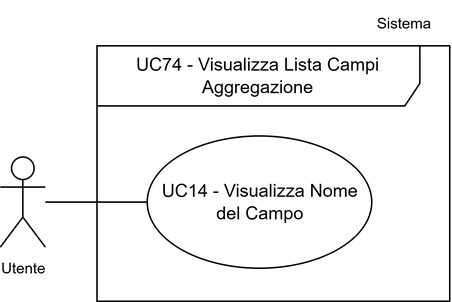
This is assets/uml/UC74INC.png from 7-ZPUs/Docs, a draw.io export, as it was before one commit. Source tidied: cells renumbered, new cells last; positions are measured from the earlier drawing's top-left corner, leaving out a move shared by most shapes.
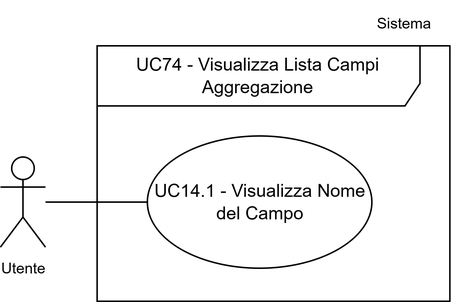
Later version of the same file.

Diff of the diagram source:
```diff
@@ -2,8 +2,8 @@
   <root>
     <mxCell id="0" />
     <mxCell id="1" parent="0" />
-    <mxCell id="2" value="&lt;div&gt;UC14 - Visualizza Nome del Campo&lt;/div&gt;" style="ellipse;whiteSpace=wrap;html=1;" parent="1" vertex="1">
-      <mxGeometry x="97.6" y="90" width="149.5" height="88" as="geometry" />
+    <mxCell id="2" value="&lt;div&gt;UC14.1 - Visualizza Nome del Campo&lt;/div&gt;" style="ellipse;whiteSpace=wrap;html=1;" parent="1" vertex="1">
+      <mxGeometry x="97.5" y="90" width="149.5" height="88" as="geometry" />
     </mxCell>
     <mxCell id="3" value="UC74 - Visualizza Lista Campi Aggregazione" style="shape=umlFrame;whiteSpace=wrap;html=1;width=215;height=40;" parent="1" vertex="1">
       <mxGeometry x="64.1" y="30" width="234.9" height="170" as="geometry" />
```
